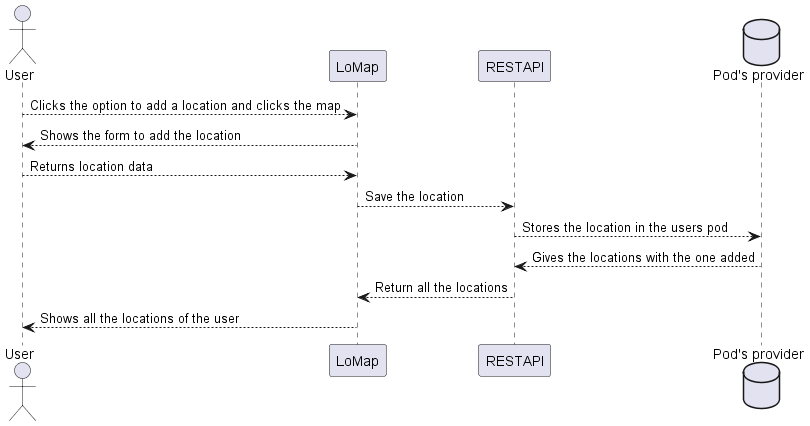
Earlier version of the PlantUML export images/Sequence diagram add.png (Arquisoft/lomap_es1c).
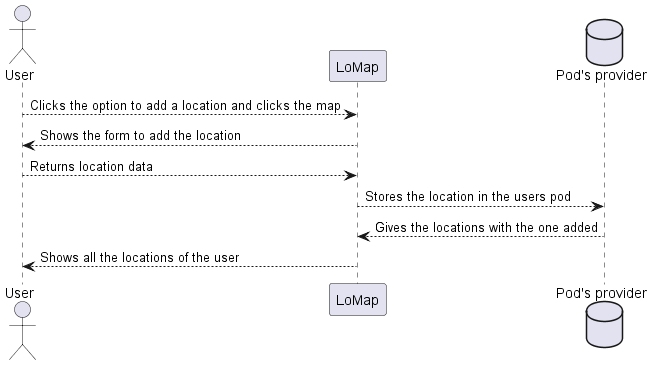
Above is the later version.

Diff of the diagram source:
```diff
@@ -1,14 +1,11 @@
 @startuml
 actor User
 Participant LoMap
-participant ra as "RESTAPI"
 database pod as "Pod's provider"
 User --> LoMap: Clicks the option to add a location and clicks the map
 LoMap --> User: Shows the form to add the location
 User --> LoMap: Returns location data
-LoMap --> ra: Save the location
-ra --> pod: Stores the location in the users pod
-pod --> ra: Gives the locations with the one added
-ra --> LoMap: Return all the locations
+LoMap --> pod: Stores the location in the users pod
+pod --> LoMap: Gives the locations with the one added
 LoMap --> User: Shows all the locations of the user
 @enduml
```
